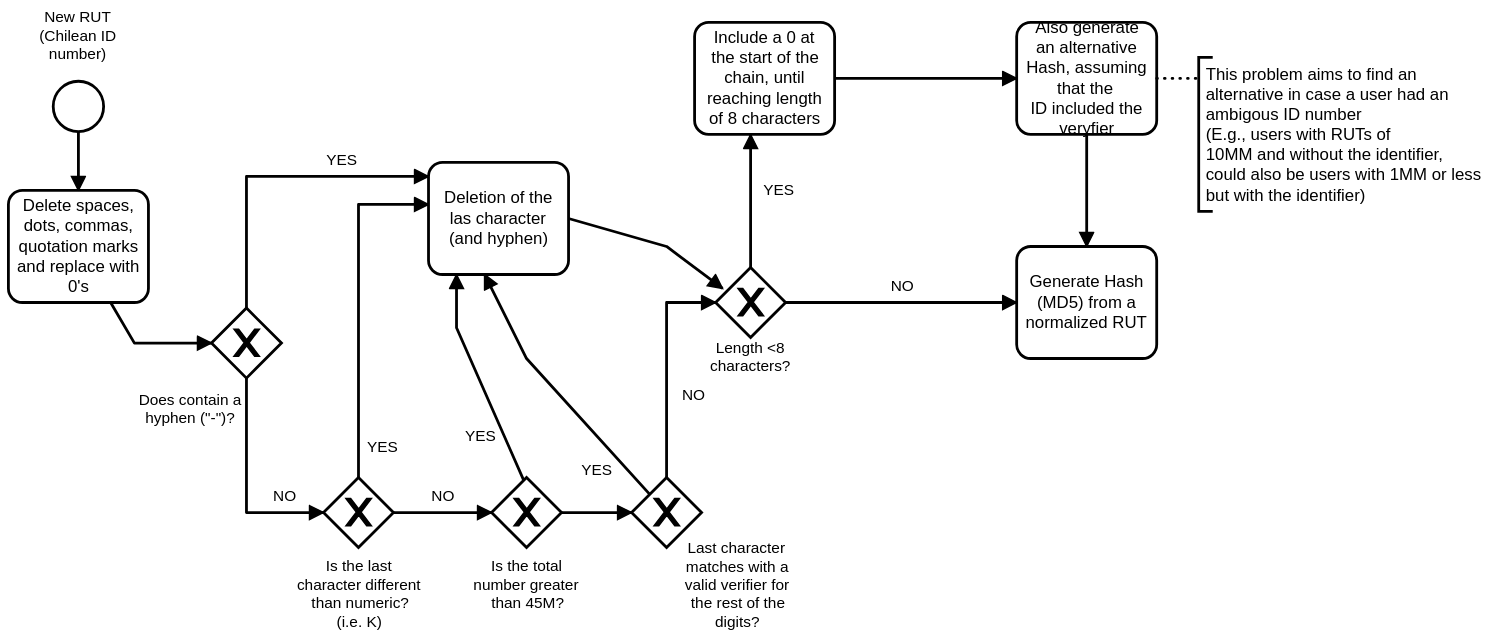
Earlier version of the BPMN export Figures/diagram.svg (FONDECYTACC/SUD_health_Chile.github.io). Its source is kept beside it as Figures/diagram.bpmn. Ids are renumbered.
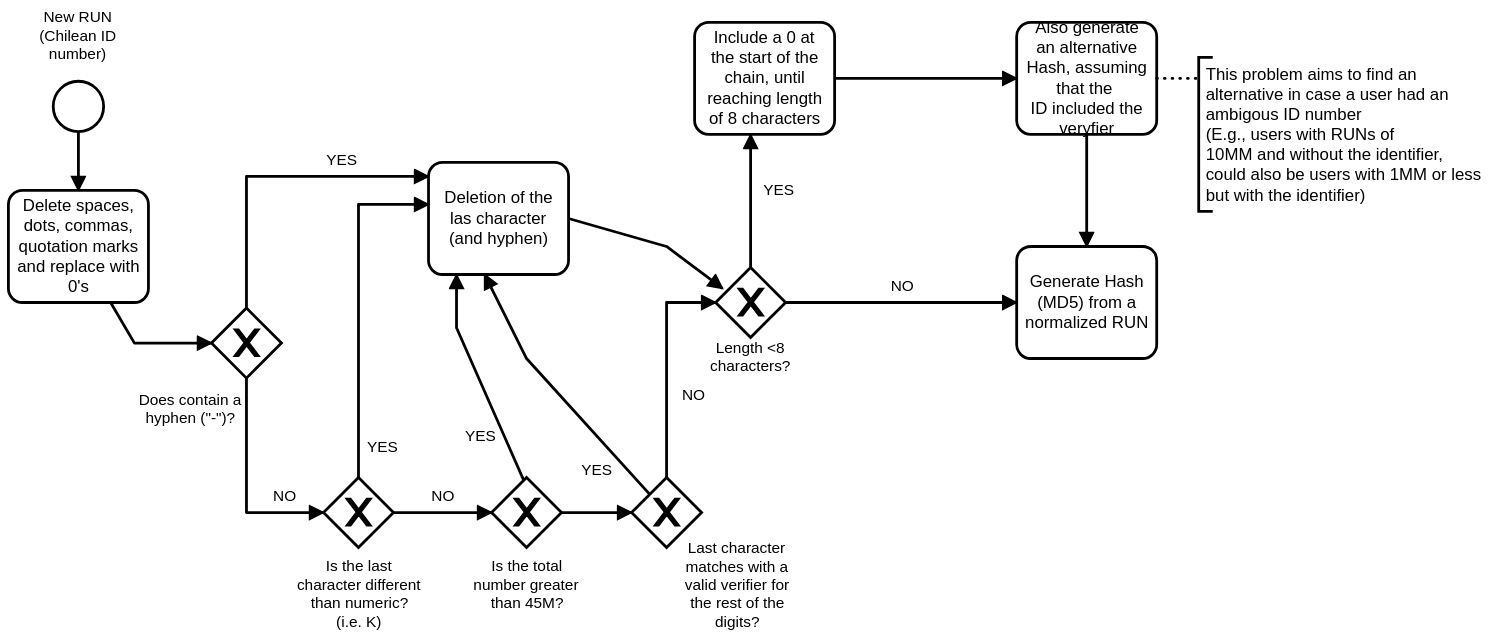
After the change.

Diff of the diagram source:
```diff
@@ -1,4 +1,4 @@
-<bpmn:definitions xmlns:xsi="http://www.w3.org/2001/XMLSchema-instance" xmlns:bpmn="http://www.omg.org/spec/BPMN/20100524/MODEL" xmlns:bpmndi="http://www.omg.org/spec/BPMN/20100524/DI" xmlns:dc="http://www.omg.org/spec/DD/20100524/DC" xmlns:di="http://www.omg.org/spec/DD/20100524/DI" id="Definitions_n1" targetNamespace="http://bpmn.io/schema/bpmn" exporter="bpmn-js (https://demo.bpmn.io)" exporterVersion="6.4.1">
+<bpmn:definitions xmlns:xsi="http://www.w3.org/2001/XMLSchema-instance" xmlns:bpmn="http://www.omg.org/spec/BPMN/20100524/MODEL" xmlns:bpmndi="http://www.omg.org/spec/BPMN/20100524/DI" xmlns:dc="http://www.omg.org/spec/DD/20100524/DC" xmlns:di="http://www.omg.org/spec/DD/20100524/DI" id="Definitions_n1" targetNamespace="http://bpmn.io/schema/bpmn" exporter="bpmn-js (https://demo.bpmn.io)" exporterVersion="8.2.2">
   <bpmn:process id="Process_n2" isExecutable="false">
     <bpmn:exclusiveGateway id="ExclusiveGateway_n3" name="Does contain a hyphen (&#34;-&#34;)?">
       <bpmn:incoming>SequenceFlow_n4</bpmn:incoming>
@@ -42,7 +42,7 @@
     </bpmn:exclusiveGateway>
     <bpmn:sequenceFlow id="SequenceFlow_n17" name="NO" sourceRef="ExclusiveGateway_n16" targetRef="ExclusiveGateway_n18" />
     <bpmn:sequenceFlow id="SequenceFlow_n11" sourceRef="Task_n7" targetRef="ExclusiveGateway_n18" />
-    <bpmn:startEvent id="StartEvent_n21" name="New RUT (Chilean ID number)">
+    <bpmn:startEvent id="StartEvent_n21" name="New RUN (Chilean ID number)">
       <bpmn:outgoing>SequenceFlow_n22</bpmn:outgoing>
     </bpmn:startEvent>
     <bpmn:task id="Task_n23" name="Delete spaces, dots, commas, quotation marks and replace with 0&#39;s">
@@ -56,7 +56,7 @@
       <bpmn:outgoing>SequenceFlow_n25</bpmn:outgoing>
     </bpmn:task>
     <bpmn:sequenceFlow id="SequenceFlow_n19" name="YES" sourceRef="ExclusiveGateway_n18" targetRef="Task_n24" />
-    <bpmn:task id="Task_n26" name="Generate Hash (MD5) from a normalized RUT">
+    <bpmn:task id="Task_n26" name="Generate Hash (MD5) from a normalized RUN">
       <bpmn:incoming>SequenceFlow_n20</bpmn:incoming>
       <bpmn:incoming>Flow_n27</bpmn:incoming>
     </bpmn:task>
@@ -69,15 +69,16 @@
     <bpmn:sequenceFlow id="Flow_n27" sourceRef="Activity_n28" targetRef="Task_n26" />
     <bpmn:textAnnotation id="TextAnnotation_n29">
       <bpmn:text>This problem aims to find an alternative in case a user had an ambigous ID number
-(E.g., users with RUTs of  10MM and without the identifier, could also be users with 1MM or less but with the identifier)</bpmn:text>
+(E.g., users with RUNs of  10MM and without the identifier, could also be users with 1MM or less but with the identifier)</bpmn:text>
     </bpmn:textAnnotation>
     <bpmn:association id="Association_n30" sourceRef="Activity_n28" targetRef="TextAnnotation_n29" />
   </bpmn:process>
   <bpmndi:BPMNDiagram id="BPMNDiagram_1">
     <bpmndi:BPMNPlane id="BPMNPlane_1" bpmnElement="Process_n2">
-      <bpmndi:BPMNShape id="TextAnnotation_n29_di" bpmnElement="TextAnnotation_n29">
-        <dc:Bounds x="1010" y="95" width="207" height="110" />
-      </bpmndi:BPMNShape>
+      <bpmndi:BPMNEdge id="Flow_n27_di" bpmnElement="Flow_n27">
+        <di:waypoint x="930" y="150" />
+        <di:waypoint x="930" y="230" />
+      </bpmndi:BPMNEdge>
       <bpmndi:BPMNEdge id="SequenceFlow_n25_di" bpmnElement="SequenceFlow_n25">
         <di:waypoint x="750" y="110" />
         <di:waypoint x="880" y="110" />
@@ -169,10 +170,6 @@
           <dc:Bounds x="387" y="162" width="22" height="14" />
         </bpmndi:BPMNLabel>
       </bpmndi:BPMNEdge>
-      <bpmndi:BPMNEdge id="Flow_n27_di" bpmnElement="Flow_n27">
-        <di:waypoint x="930" y="150" />
-        <di:waypoint x="930" y="230" />
-      </bpmndi:BPMNEdge>
       <bpmndi:BPMNShape id="ExclusiveGateway_n3_di" bpmnElement="ExclusiveGateway_n3" isMarkerVisible="true">
         <dc:Bounds x="305" y="274" width="50" height="50" />
         <bpmndi:BPMNLabel>
@@ -215,14 +212,17 @@
       <bpmndi:BPMNShape id="Task_n23_di" bpmnElement="Task_n23">
         <dc:Bounds x="160" y="190" width="100" height="80" />
       </bpmndi:BPMNShape>
+      <bpmndi:BPMNShape id="Task_n24_di" bpmnElement="Task_n24">
+        <dc:Bounds x="650" y="70" width="100" height="80" />
+      </bpmndi:BPMNShape>
       <bpmndi:BPMNShape id="Task_n26_di" bpmnElement="Task_n26">
         <dc:Bounds x="880" y="230" width="100" height="80" />
       </bpmndi:BPMNShape>
-      <bpmndi:BPMNShape id="Task_n24_di" bpmnElement="Task_n24">
-        <dc:Bounds x="650" y="70" width="100" height="80" />
-      </bpmndi:BPMNShape>
       <bpmndi:BPMNShape id="Activity_n28_di" bpmnElement="Activity_n28">
         <dc:Bounds x="880" y="70" width="100" height="80" />
+      </bpmndi:BPMNShape>
+      <bpmndi:BPMNShape id="TextAnnotation_n29_di" bpmnElement="TextAnnotation_n29">
+        <dc:Bounds x="1010" y="95" width="207" height="110" />
       </bpmndi:BPMNShape>
       <bpmndi:BPMNEdge id="Association_n30_di" bpmnElement="Association_n30">
         <di:waypoint x="980" y="110" />
```
